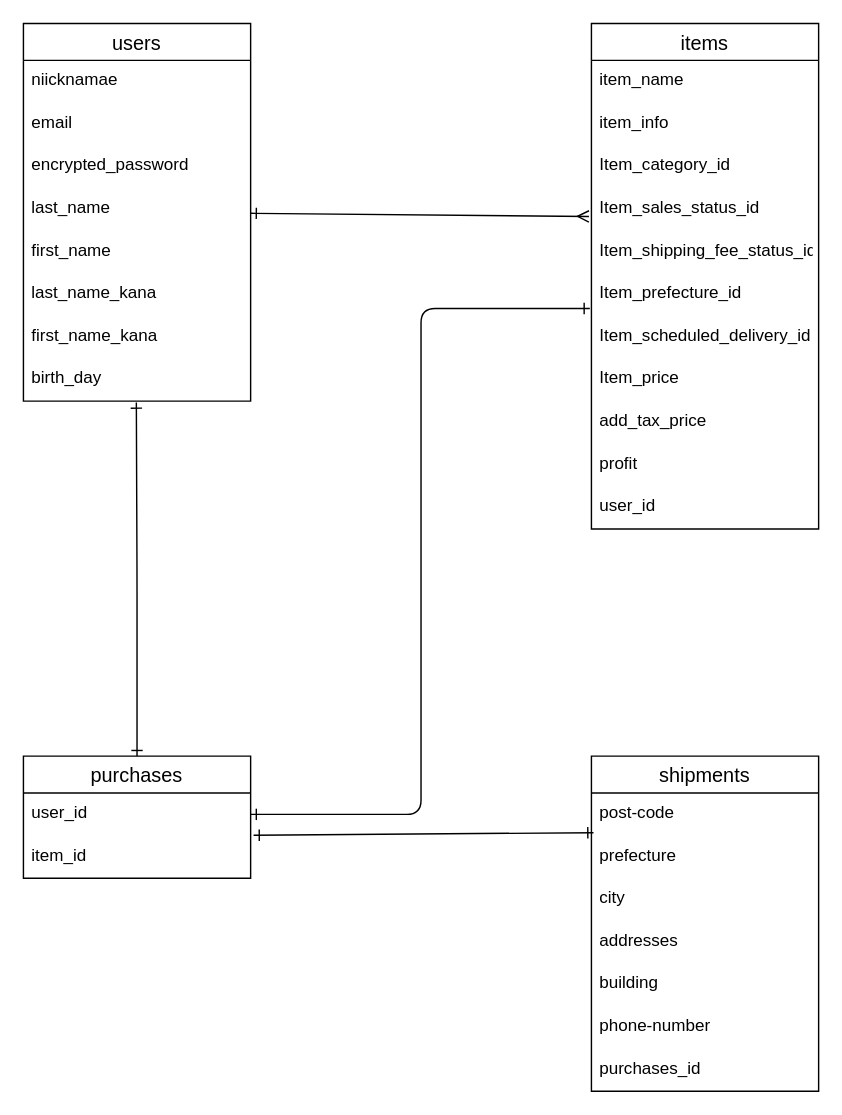
maru1019/furima-26234 keeps this draw.io diagram as poject_er_diagram.dio. Above is the earlier version. Source tidied: cells renumbered, new cells numbered last; positions are measured from the earlier drawing's top-left corner, leaving out a move shared by most shapes. Both pictures are drawn from the tidied source at 142%, with x=0, y=0 at pixel (23, 23).
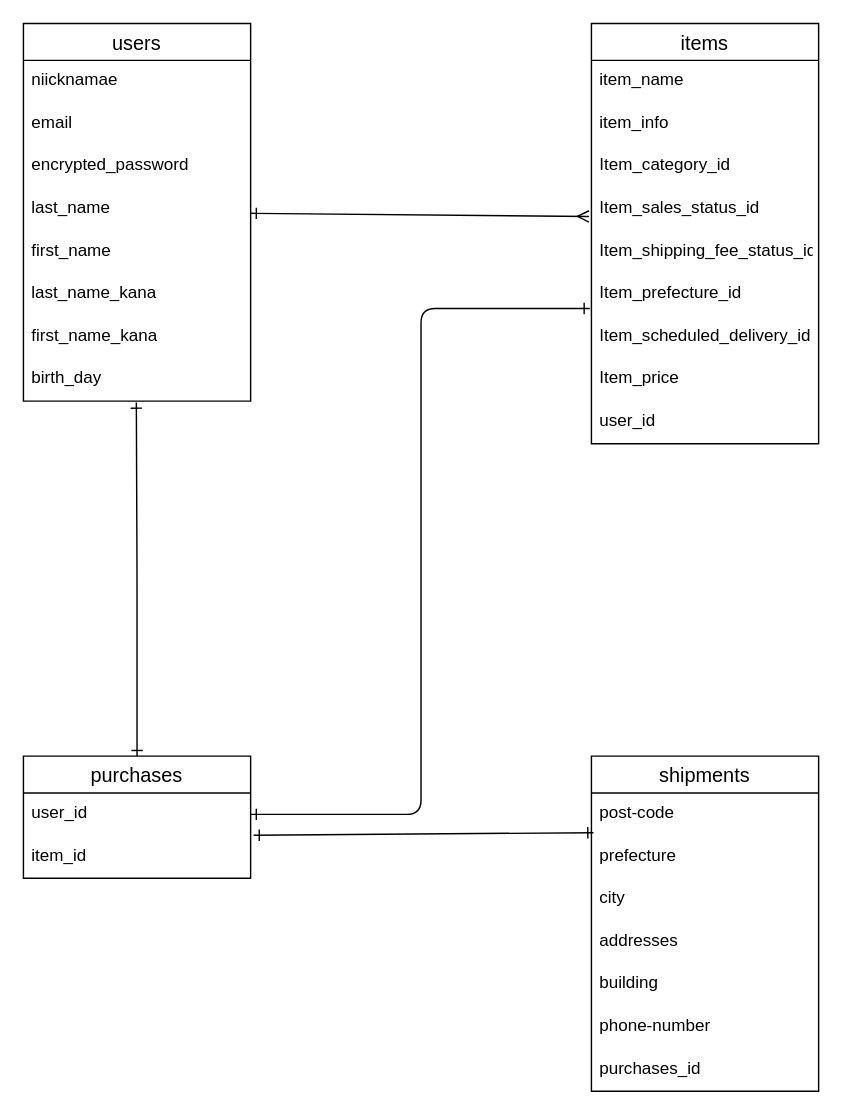
The same page after the edit.

Commit message (it also covers changes not shown here):
ER図、README設計編集②

Change to the diagram source:
```diff
@@
     <mxCell id="20" value="items" style="swimlane;fontStyle=0;horizontal=1;startSize=26;align=center;fontSize=14;rounded=0;" parent="1" vertex="1">
-      <mxGeometry x="400" width="160" height="356" as="geometry" />
+      <mxGeometry x="400" width="160" height="296" as="geometry" />
     </mxCell>
@@
-    <mxCell id="29" value="add_tax_price" style="text;strokeColor=none;fillColor=none;spacingLeft=4;spacingRight=4;overflow=hidden;fontSize=12;rounded=0;" parent="20" vertex="1">
-      <mxGeometry y="266" width="160" height="30" as="geometry" />
-    </mxCell>
-    <mxCell id="30" value="profit" style="text;strokeColor=none;fillColor=none;spacingLeft=4;spacingRight=4;overflow=hidden;fontSize=12;rounded=0;" parent="20" vertex="1">
-      <mxGeometry y="296" width="160" height="30" as="geometry" />
-    </mxCell>
     <mxCell id="31" value="user_id" style="text;strokeColor=none;fillColor=none;spacingLeft=4;spacingRight=4;overflow=hidden;fontSize=12;" parent="20" vertex="1">
-      <mxGeometry y="326" width="160" height="30" as="geometry" />
+      <mxGeometry y="266" width="160" height="30" as="geometry" />
     </mxCell>
```
